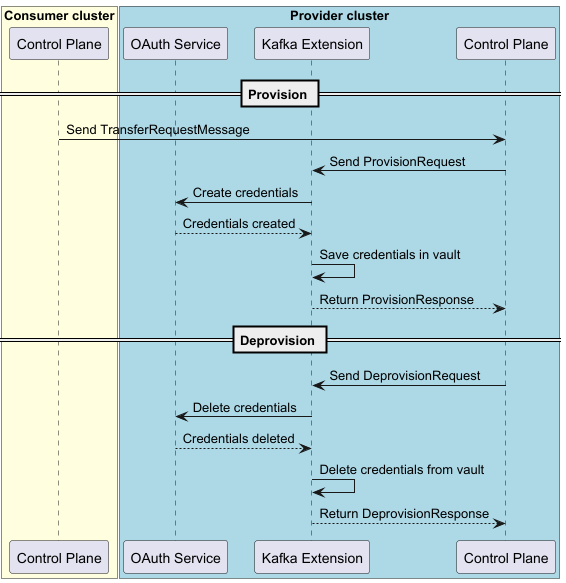
eclipse-tractusx/tractusx-edc-kafka-extension keeps this PlantUML diagram as concepts/MVP-kafka-pull/png/Sequence diagram EDC Kafka Extension provisioning-deprovisioning.png. Above is the earlier version. Its diagram source:
```plantuml
@startuml
box "Consumer cluster" #LightYellow
    participant "Control Plane" as ConsumerCP
end box

box "Provider cluster" #LightBlue
    participant "OAuth Service" as OAuth2
    participant "Kafka Extension" as ProviderKE
    participant "Control Plane"  as ProviderCP
end box

== Provision ==
ConsumerCP -> ProviderCP : Send TransferRequestMessage
ProviderCP -> ProviderKE : Send ProvisionRequest
ProviderKE -> OAuth2 : Create credentials
ProviderKE <-- OAuth2 : Credentials created
ProviderKE -> ProviderKE : Save credentials in vault
ProviderCP <-- ProviderKE : Return ProvisionResponse

== Deprovision ==
ProviderCP -> ProviderKE : Send DeprovisionRequest
ProviderKE -> OAuth2 : Delete credentials
ProviderKE <-- OAuth2 : Credentials deleted
ProviderKE -> ProviderKE : Delete credentials from vault
ProviderCP <-- ProviderKE : Return DeprovisionResponse
@enduml
```
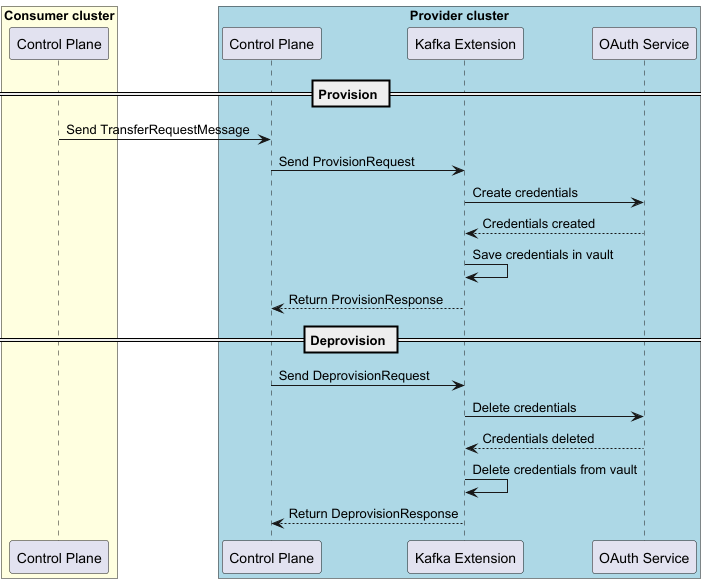
The same diagram one commit later.

What changed in the source:
```diff
@@ -4,9 +4,9 @@
 end box
 
 box "Provider cluster" #LightBlue
+    participant "Control Plane"  as ProviderCP
+    participant "Kafka Extension" as ProviderKE
     participant "OAuth Service" as OAuth2
-    participant "Kafka Extension" as ProviderKE
-    participant "Control Plane"  as ProviderCP
 end box
 
 == Provision ==
```
